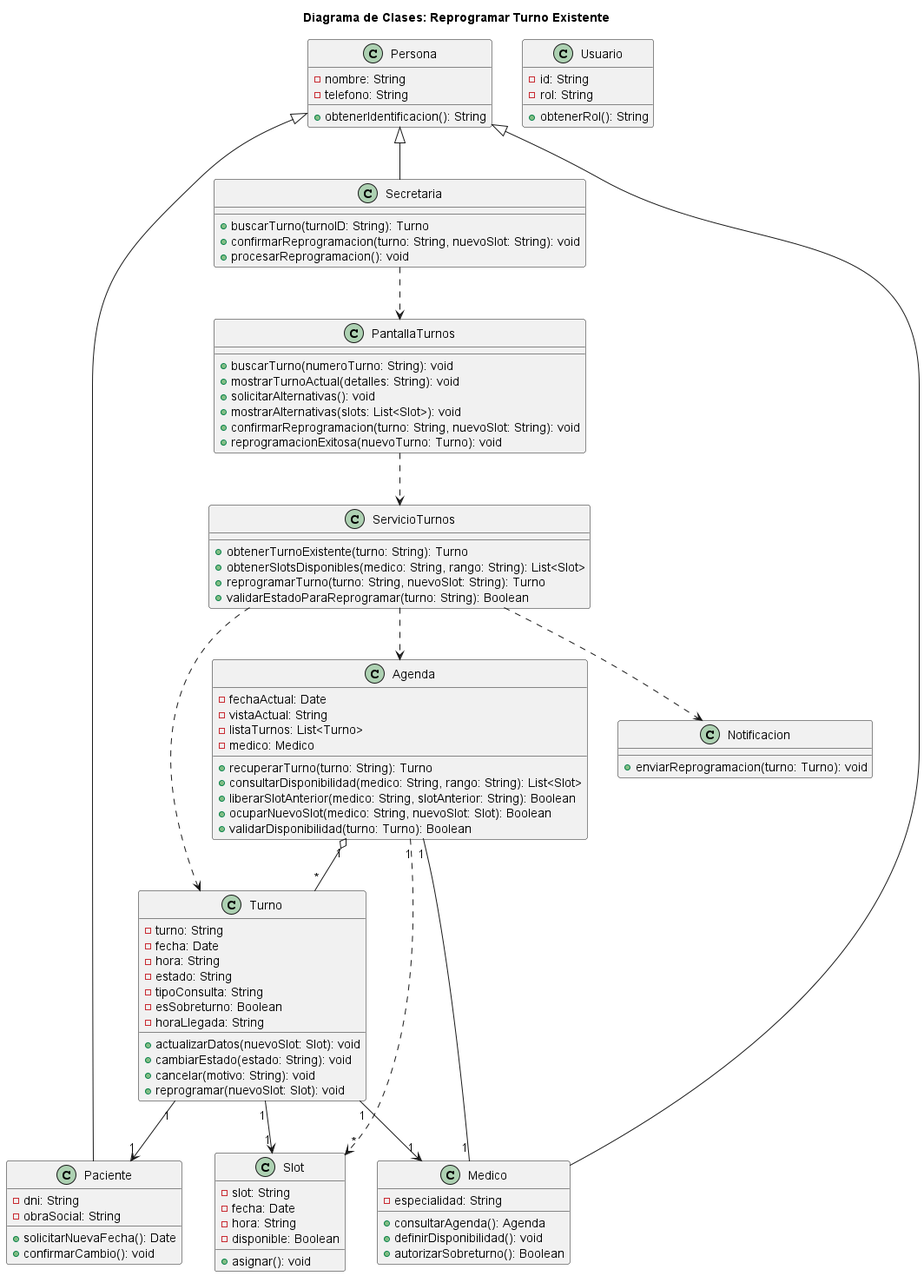
Earlier version of the PlantUML export diagramas/01-diagrama-clases/02-clases-reprogramar-turno-02.png (Purezaamor/SistemaTurnosMedicos).
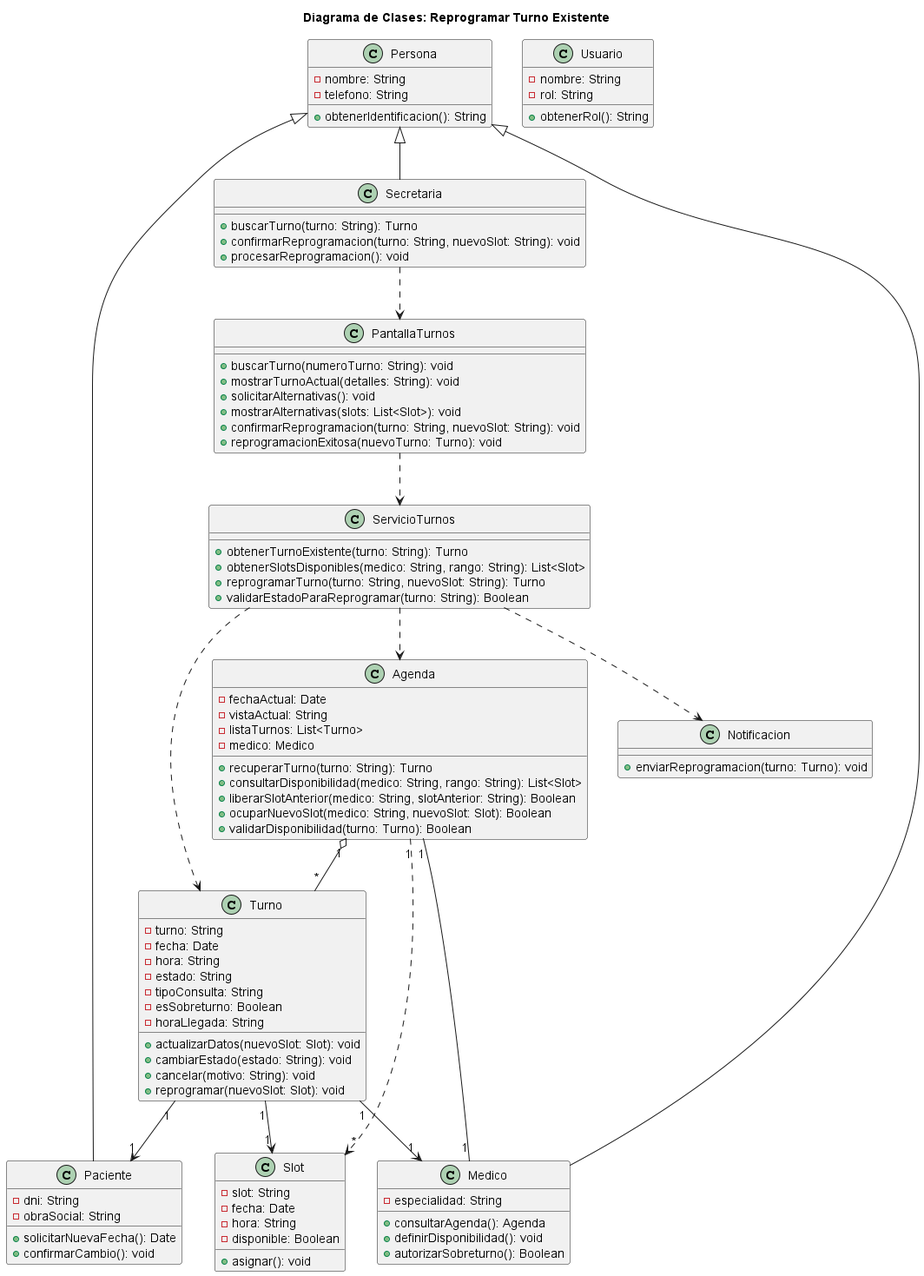
Above is the later version.

Change to the diagram source:
```diff
@@ -8,7 +8,7 @@
 }
 
 class Usuario {
-    - id: String
+    - nombre: String
     - rol: String
     + obtenerRol(): String
 }
@@ -21,7 +21,7 @@
 }
 
 class Secretaria {
-    + buscarTurno(turnoID: String): Turno
+    + buscarTurno(turno: String): Turno
     + confirmarReprogramacion(turno: String, nuevoSlot: String): void
     + procesarReprogramacion(): void
 }
```
